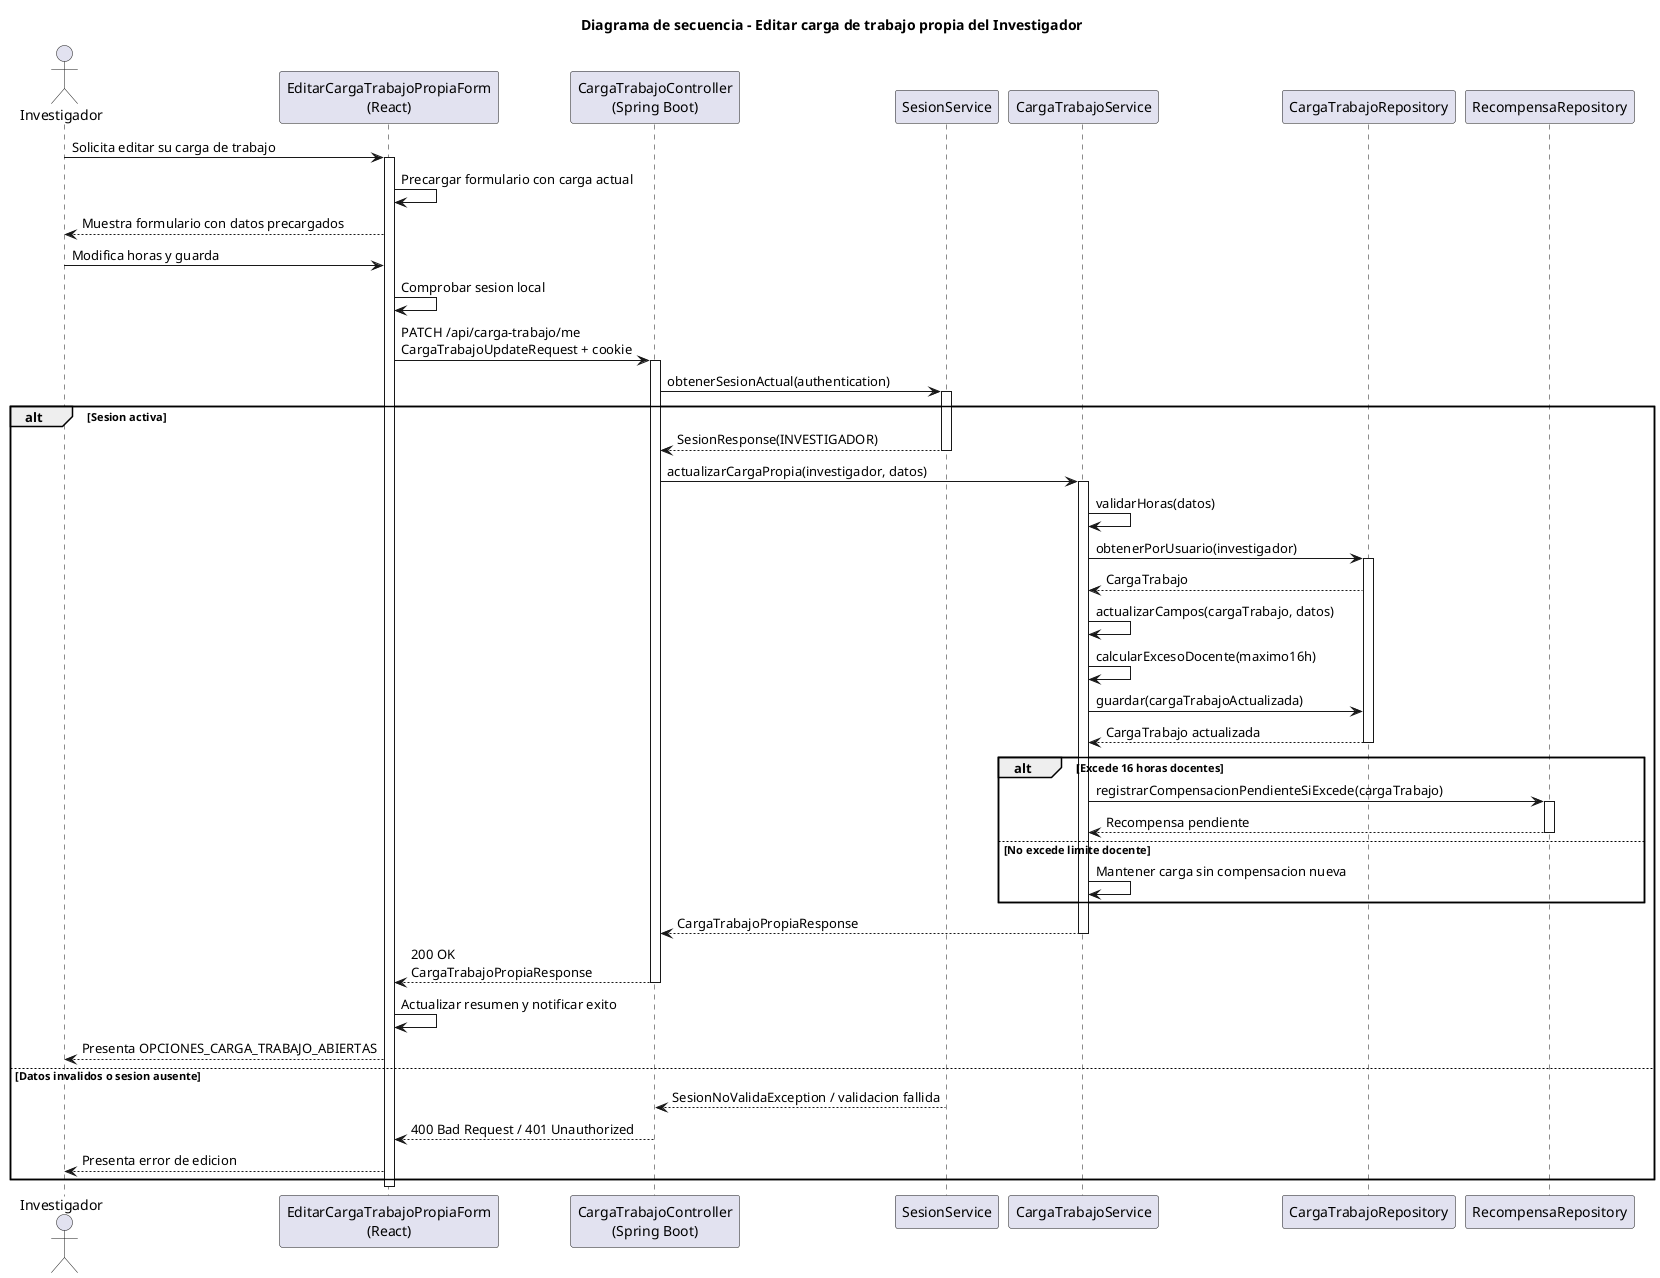
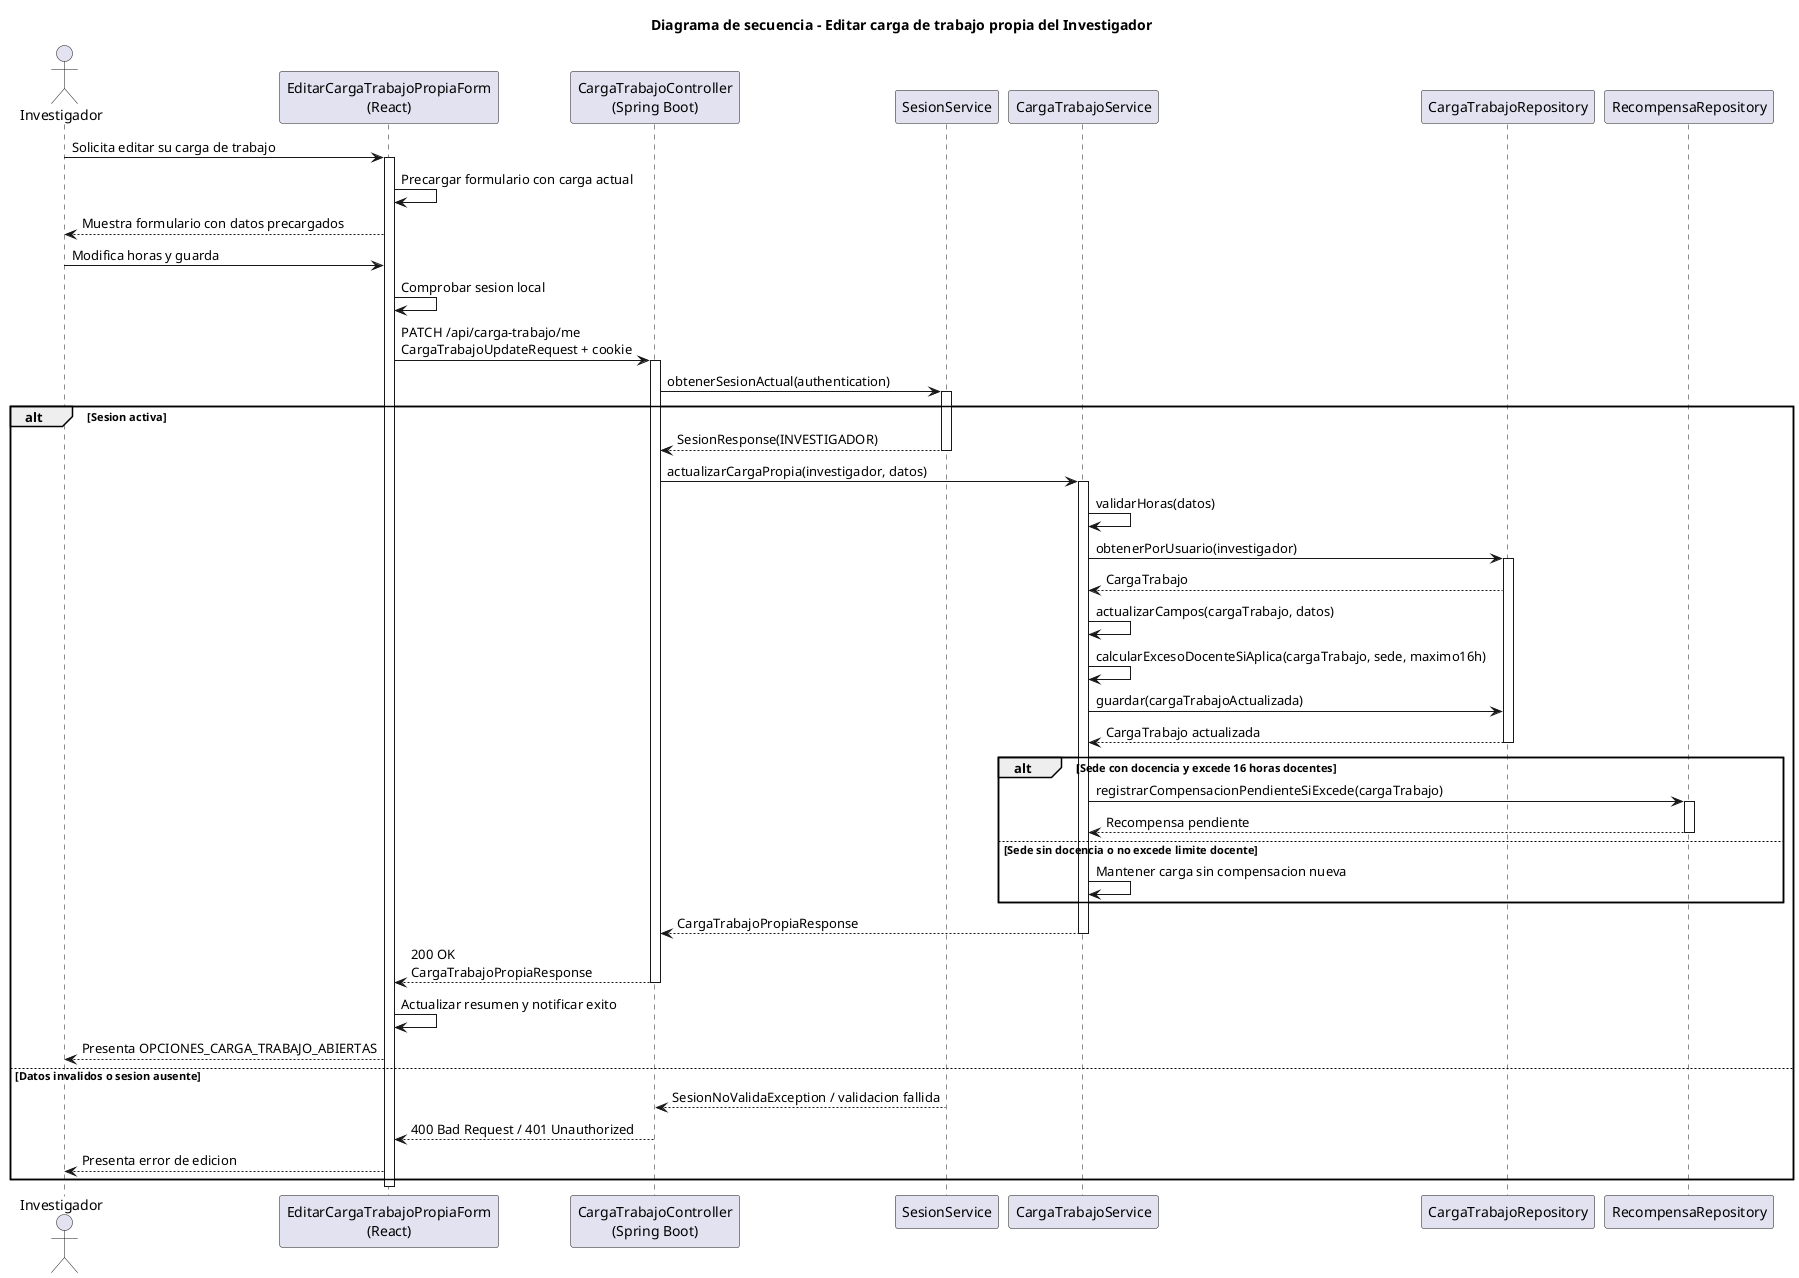
@startuml editarCargaTrabajo-investigador-diseno
title Diagrama de secuencia - Editar carga de trabajo propia del Investigador

actor Investigador
participant "EditarCargaTrabajoPropiaForm\n(React)" as Frontend
participant "CargaTrabajoController\n(Spring Boot)" as Api
participant "SesionService" as Sesion
participant "CargaTrabajoService" as Service
participant "CargaTrabajoRepository" as CargaRepo
participant "RecompensaRepository" as RecompensaRepo

Investigador -> Frontend: Solicita editar su carga de trabajo
activate Frontend
Frontend -> Frontend: Precargar formulario con carga actual
Frontend --> Investigador: Muestra formulario con datos precargados
Investigador -> Frontend: Modifica horas y guarda
Frontend -> Frontend: Comprobar sesion local
Frontend -> Api: PATCH /api/carga-trabajo/me\nCargaTrabajoUpdateRequest + cookie
activate Api
Api -> Sesion: obtenerSesionActual(authentication)
activate Sesion
alt Sesion activa
    Sesion --> Api: SesionResponse(INVESTIGADOR)
    deactivate Sesion
    Api -> Service: actualizarCargaPropia(investigador, datos)
    activate Service
    Service -> Service: validarHoras(datos)
    Service -> CargaRepo: obtenerPorUsuario(investigador)
    activate CargaRepo
    CargaRepo --> Service: CargaTrabajo
    Service -> Service: actualizarCampos(cargaTrabajo, datos)
-     Service -> Service: calcularExcesoDocente(maximo16h)
+     Service -> Service: calcularExcesoDocenteSiAplica(cargaTrabajo, sede, maximo16h)
    Service -> CargaRepo: guardar(cargaTrabajoActualizada)
    CargaRepo --> Service: CargaTrabajo actualizada
    deactivate CargaRepo
-     alt Excede 16 horas docentes
+     alt Sede con docencia y excede 16 horas docentes
        Service -> RecompensaRepo: registrarCompensacionPendienteSiExcede(cargaTrabajo)
        activate RecompensaRepo
        RecompensaRepo --> Service: Recompensa pendiente
        deactivate RecompensaRepo
-     else No excede limite docente
+     else Sede sin docencia o no excede limite docente
        Service -> Service: Mantener carga sin compensacion nueva
    end
    Service --> Api: CargaTrabajoPropiaResponse
    deactivate Service
    Api --> Frontend: 200 OK\nCargaTrabajoPropiaResponse
    deactivate Api
    Frontend -> Frontend: Actualizar resumen y notificar exito
    Frontend --> Investigador: Presenta OPCIONES_CARGA_TRABAJO_ABIERTAS
else Datos invalidos o sesion ausente
    Sesion --> Api: SesionNoValidaException / validacion fallida
    deactivate Sesion
    Api --> Frontend: 400 Bad Request / 401 Unauthorized
    deactivate Api
    Frontend --> Investigador: Presenta error de edicion
end
deactivate Frontend
@enduml
